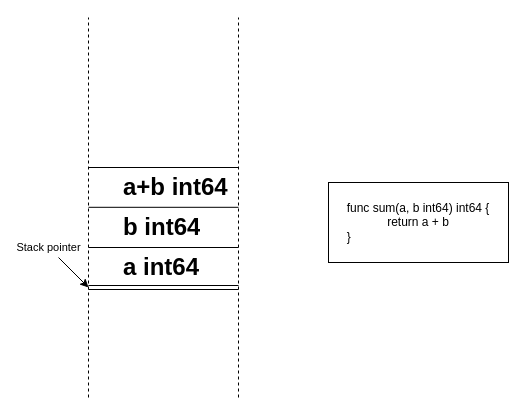
This is Untitled Diagram.drawio from godzie44/drawio-dump, a draw.io file, before an edit. Source tidied: cells renumbered, new cells numbered last; positions are measured from the earlier drawing's top-left corner, leaving out a move shared by most shapes. Both pictures are drawn from the tidied source at 100%, with x=0, y=0 at pixel (58, 17).
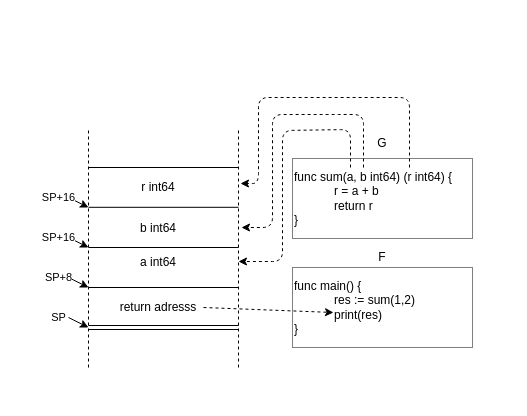
The same page after the edit.

Diff of the diagram source:
```diff
@@
-    <mxCell id="2" value="func sum(a, b int64) int64 {&lt;br&gt;return a + b&lt;br&gt;&lt;div style=&quot;text-align: justify&quot;&gt;&lt;span&gt;}&lt;/span&gt;&lt;/div&gt;" style="rounded=0;whiteSpace=wrap;html=1;" parent="1" vertex="1">
-      <mxGeometry x="270" y="165" width="180" height="80" as="geometry" />
+    <mxCell id="2" value="&lt;div style=&quot;&quot;&gt;&lt;span&gt;func sum(a, b int64) (r int64) {&lt;/span&gt;&lt;/div&gt;&lt;blockquote style=&quot;margin: 0 0 0 40px ; border: none ; padding: 0px&quot;&gt;&lt;div style=&quot;&quot;&gt;&lt;span&gt;r = a + b&lt;/span&gt;&lt;/div&gt;&lt;div style=&quot;&quot;&gt;&lt;span&gt;return r&lt;/span&gt;&lt;/div&gt;&lt;/blockquote&gt;&lt;div style=&quot;&quot;&gt;&lt;span&gt;}&lt;/span&gt;&lt;/div&gt;" style="rounded=0;whiteSpace=wrap;html=1;dashed=1;dashPattern=1 1;align=left;" parent="1" vertex="1">
+      <mxGeometry x="234" y="141" width="180" height="80" as="geometry" />
     </mxCell>
     <mxCell id="3" style="endArrow=none;dashed=1;html=1;" parent="1" edge="1">
       <mxGeometry relative="1" as="geometry">
-        <mxPoint x="30" y="380" as="sourcePoint" />
-        <mxPoint x="30" as="targetPoint" />
+        <mxPoint x="30" y="350" as="sourcePoint" />
+        <mxPoint x="30" y="110" as="targetPoint" />
       </mxGeometry>
     </mxCell>
     <mxCell id="4" style="endArrow=none;dashed=1;html=1;" parent="1" edge="1">
       <mxGeometry relative="1" as="geometry">
-        <mxPoint x="180" y="380" as="sourcePoint" />
-        <mxPoint x="180" as="targetPoint" />
+        <mxPoint x="180" y="350" as="sourcePoint" />
+        <mxPoint x="180" y="110" as="targetPoint" />
       </mxGeometry>
     </mxCell>
     <mxCell id="5" style="shape=link;html=1;" parent="1" edge="1">
       <mxGeometry relative="1" as="geometry">
-        <mxPoint x="30" y="270" as="sourcePoint" />
-        <mxPoint x="180" y="270" as="targetPoint" />
+        <mxPoint x="30" y="310" as="sourcePoint" />
+        <mxPoint x="180" y="310" as="targetPoint" />
       </mxGeometry>
     </mxCell>
-    <mxCell id="6" value="Stack pointer" style="endArrow=classic;html=1;" parent="1" edge="1">
-      <mxGeometry x="-1" y="-14" relative="1" as="geometry">
-        <mxPoint y="240" as="sourcePoint" />
-        <mxPoint x="30" y="270" as="targetPoint" />
-        <mxPoint y="-20" as="offset" />
+    <mxCell id="6" value="SP" style="endArrow=classic;html=1;" parent="1" edge="1">
+      <mxGeometry x="-1" y="-10" relative="1" as="geometry">
+        <mxPoint x="10" y="300" as="sourcePoint" />
+        <mxPoint x="30" y="310" as="targetPoint" />
+        <mxPoint x="-6" y="-9" as="offset" />
       </mxGeometry>
     </mxCell>
@@
+    <mxCell id="13" value="SP+8" style="endArrow=classic;html=1;" parent="1" edge="1">
+      <mxGeometry x="-1" y="-10" relative="1" as="geometry">
+        <mxPoint x="10" y="260" as="sourcePoint" />
+        <mxPoint x="30" y="270" as="targetPoint" />
+        <mxPoint x="-6" y="-9" as="offset" />
+      </mxGeometry>
+    </mxCell>
+    <mxCell id="14" value="SP+16" style="endArrow=classic;html=1;" parent="1" edge="1">
+      <mxGeometry x="-1" y="-10" relative="1" as="geometry">
+        <mxPoint x="10" y="220" as="sourcePoint" />
+        <mxPoint x="30" y="230" as="targetPoint" />
+        <mxPoint x="-6" y="-9" as="offset" />
+      </mxGeometry>
+    </mxCell>
+    <mxCell id="15" value="SP+16" style="endArrow=classic;html=1;" parent="1" edge="1">
+      <mxGeometry x="-1" y="-10" relative="1" as="geometry">
+        <mxPoint x="10" y="180" as="sourcePoint" />
+        <mxPoint x="30" y="190" as="targetPoint" />
+        <mxPoint x="-6" y="-9" as="offset" />
+      </mxGeometry>
+    </mxCell>
+    <mxCell id="16" style="endArrow=none;html=1;" parent="1" edge="1">
+      <mxGeometry relative="1" as="geometry">
+        <mxPoint x="30" y="270" as="sourcePoint" />
+        <mxPoint x="180" y="270" as="targetPoint" />
+      </mxGeometry>
+    </mxCell>
+    <mxCell id="17" value="return adresss" style="text;html=1;strokeColor=none;fillColor=none;align=center;verticalAlign=middle;whiteSpace=wrap;rounded=0;" parent="1" vertex="1">
+      <mxGeometry x="55" y="280" width="90" height="20" as="geometry" />
+    </mxCell>
+    <mxCell id="18" value="r int64" style="text;html=1;strokeColor=none;fillColor=none;align=center;verticalAlign=middle;whiteSpace=wrap;rounded=0;" parent="1" vertex="1">
+      <mxGeometry x="80" y="160" width="40" height="20" as="geometry" />
+    </mxCell>
+    <mxCell id="11" value="b int64" style="text;html=1;strokeColor=none;fillColor=none;align=center;verticalAlign=middle;whiteSpace=wrap;rounded=0;" parent="1" vertex="1">
+      <mxGeometry x="80" y="201" width="40" height="20" as="geometry" />
+    </mxCell>
-    <mxCell id="10" value="&lt;h1&gt;a int64&lt;/h1&gt;" style="text;html=1;strokeColor=none;fillColor=none;spacing=5;spacingTop=-20;whiteSpace=wrap;overflow=hidden;rounded=0;" parent="1" vertex="1">
-      <mxGeometry x="60" y="230" width="110" height="30" as="geometry" />
+    <mxCell id="10" value="a int64" style="text;html=1;strokeColor=none;fillColor=none;align=center;verticalAlign=middle;whiteSpace=wrap;rounded=0;" parent="1" vertex="1">
+      <mxGeometry x="80" y="235" width="40" height="20" as="geometry" />
     </mxCell>
-    <mxCell id="11" value="&lt;h1&gt;b int64&lt;/h1&gt;" style="text;html=1;strokeColor=none;fillColor=none;spacing=5;spacingTop=-20;whiteSpace=wrap;overflow=hidden;rounded=0;" parent="1" vertex="1">
-      <mxGeometry x="60" y="190" width="110" height="30" as="geometry" />
-    </mxCell>
-    <mxCell id="12" value="&lt;h1&gt;a+b int64&lt;/h1&gt;" style="text;html=1;strokeColor=none;fillColor=none;spacing=5;spacingTop=-20;whiteSpace=wrap;overflow=hidden;rounded=0;" parent="1" vertex="1">
-      <mxGeometry x="60" y="150" width="120" height="30" as="geometry" />
-    </mxCell>
+    <mxCell id="19" value="G" style="text;html=1;strokeColor=none;fillColor=none;align=center;verticalAlign=middle;whiteSpace=wrap;rounded=0;dashed=1;dashPattern=1 1;" parent="1" vertex="1">
+      <mxGeometry x="304" y="116" width="40" height="20" as="geometry" />
+    </mxCell>
+    <mxCell id="20" value="&lt;div&gt;&lt;span&gt;func main() {&lt;/span&gt;&lt;/div&gt;&lt;blockquote style=&quot;margin: 0 0 0 40px ; border: none ; padding: 0px&quot;&gt;&lt;div&gt;res := sum(1,2)&lt;/div&gt;&lt;div&gt;print(res)&lt;/div&gt;&lt;/blockquote&gt;&lt;div&gt;&lt;span&gt;}&lt;/span&gt;&lt;/div&gt;" style="rounded=0;whiteSpace=wrap;html=1;dashed=1;dashPattern=1 1;align=left;" parent="1" vertex="1">
+      <mxGeometry x="234" y="250" width="180" height="80" as="geometry" />
+    </mxCell>
+    <mxCell id="21" value="F" style="text;html=1;strokeColor=none;fillColor=none;align=center;verticalAlign=middle;whiteSpace=wrap;rounded=0;dashed=1;dashPattern=1 1;" parent="1" vertex="1">
+      <mxGeometry x="304" y="230" width="40" height="20" as="geometry" />
+    </mxCell>
+    <mxCell id="22" style="endArrow=classic;html=1;dashed=1;exitX=1;exitY=0.5;exitDx=0;exitDy=0;" parent="1" edge="1" source="17">
+      <mxGeometry relative="1" as="geometry">
+        <mxPoint x="275" y="295" as="targetPoint" />
+      </mxGeometry>
+    </mxCell>
+    <mxCell id="23" style="endArrow=classic;html=1;shadow=0;strokeColor=#000000;dashed=1;" parent="1" edge="1">
+      <mxGeometry relative="1" as="geometry">
+        <mxPoint x="292" y="150" as="sourcePoint" />
+        <mxPoint x="180" y="244" as="targetPoint" />
+        <Array as="points">
+          <mxPoint x="292" y="112" />
+          <mxPoint x="224" y="113" />
+          <mxPoint x="224" y="244" />
+        </Array>
+      </mxGeometry>
+    </mxCell>
+    <mxCell id="24" style="endArrow=classic;html=1;shadow=0;strokeColor=#000000;dashed=1;" parent="1" edge="1">
+      <mxGeometry relative="1" as="geometry">
+        <mxPoint x="305" y="150" as="sourcePoint" />
+        <mxPoint x="183" y="210" as="targetPoint" />
+        <Array as="points">
+          <mxPoint x="305" y="97" />
+          <mxPoint x="270" y="97" />
+          <mxPoint x="214" y="97" />
+          <mxPoint x="214" y="210" />
+        </Array>
+      </mxGeometry>
+    </mxCell>
+    <mxCell id="25" style="endArrow=classic;html=1;shadow=0;strokeColor=#000000;dashed=1;" parent="1" edge="1">
+      <mxGeometry relative="1" as="geometry">
+        <mxPoint x="351" y="150" as="sourcePoint" />
+        <mxPoint x="182" y="166" as="targetPoint" />
+        <Array as="points">
+          <mxPoint x="351" y="80" />
+          <mxPoint x="200" y="80" />
+          <mxPoint x="200" y="166" />
+        </Array>
+      </mxGeometry>
+    </mxCell>
```
